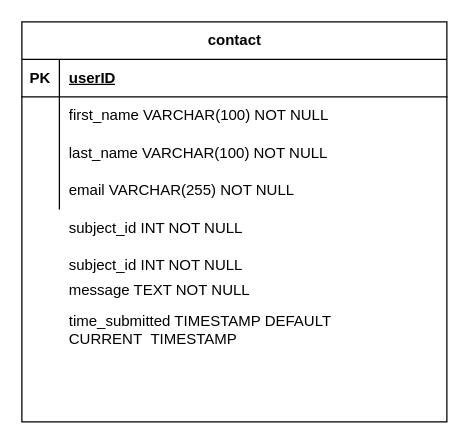
Daniel1000c/portfolioRepo keeps this draw.io diagram as drawio/form.drawio. Above is the earlier version. Source tidied: cells renumbered, new cells numbered last; positions are measured from the earlier drawing's top-left corner, leaving out a move shared by most shapes. Both pictures are drawn from the tidied source at 125%, with x=0, y=0 at pixel (21, 21).
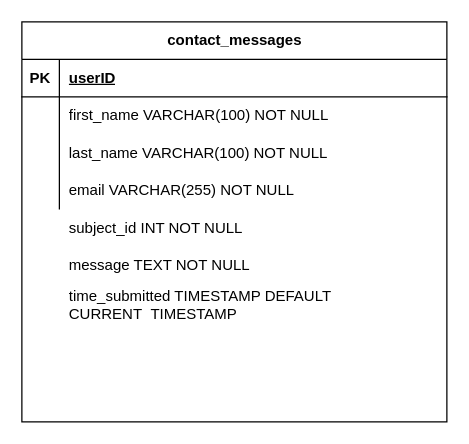
After the change.

Commit message:
reformat form drawio rough draft

What changed in the source:
```diff
@@
 <mxGraphModel>
   <root>
     <mxCell id="0" />
     <mxCell id="1" parent="0" />
-    <mxCell id="2" value="contact" style="shape=table;startSize=30;childLayout=tableLayout;rowLines=0;fontStyle=1;align=center;html=1;" parent="1" vertex="1">
+    <mxCell id="2" value="contact_messages" style="shape=table;startSize=30;childLayout=tableLayout;rowLines=0;fontStyle=1;align=center;html=1;" parent="1" vertex="1">
       <mxGeometry width="340" height="320" as="geometry" />
     </mxCell>
     <mxCell id="3" style="shape=tableRow;horizontal=0;startSize=0;swimlaneHead=0;swimlaneBody=0;fillColor=none;top=0;left=0;right=0;bottom=1;" parent="2" vertex="1">
       <mxGeometry y="30" width="340" height="30" as="geometry" />
     </mxCell>
     <mxCell id="4" value="PK" style="shape=partialRectangle;fillColor=none;top=0;left=0;bottom=0;right=0;fontStyle=1;overflow=hidden;whiteSpace=wrap;html=1;" parent="3" vertex="1">
       <mxGeometry width="30" height="30" as="geometry" />
     </mxCell>
     <mxCell id="5" value="userID" style="shape=partialRectangle;fillColor=none;top=0;left=0;bottom=0;right=0;align=left;spacingLeft=6;fontStyle=5;overflow=hidden;whiteSpace=wrap;html=1;" parent="3" vertex="1">
       <mxGeometry x="30" width="310" height="30" as="geometry" />
     </mxCell>
     <mxCell id="6" style="shape=tableRow;horizontal=0;startSize=0;swimlaneHead=0;swimlaneBody=0;fillColor=none;top=0;left=0;right=0;bottom=0;" parent="2" vertex="1">
       <mxGeometry y="60" width="340" height="30" as="geometry" />
     </mxCell>
     <mxCell id="7" style="shape=partialRectangle;fillColor=none;top=0;left=0;bottom=0;right=0;overflow=hidden;whiteSpace=wrap;html=1;" parent="6" vertex="1">
       <mxGeometry width="30" height="30" as="geometry" />
     </mxCell>
     <mxCell id="8" value="first_name VARCHAR(100) NOT NULL" style="shape=partialRectangle;fillColor=none;top=0;left=0;bottom=0;right=0;align=left;spacingLeft=6;overflow=hidden;whiteSpace=wrap;html=1;" parent="6" vertex="1">
       <mxGeometry x="30" width="310" height="30" as="geometry" />
     </mxCell>
     <mxCell id="9" style="shape=tableRow;horizontal=0;startSize=0;swimlaneHead=0;swimlaneBody=0;fillColor=none;top=0;left=0;right=0;bottom=0;" parent="2" vertex="1">
       <mxGeometry y="90" width="340" height="30" as="geometry" />
     </mxCell>
     <mxCell id="10" style="shape=partialRectangle;fillColor=none;top=0;left=0;bottom=0;right=0;overflow=hidden;whiteSpace=wrap;html=1;" parent="9" vertex="1">
       <mxGeometry width="30" height="30" as="geometry" />
     </mxCell>
     <mxCell id="11" value="last_name VARCHAR(100) NOT NULL" style="shape=partialRectangle;fillColor=none;top=0;left=0;bottom=0;right=0;align=left;spacingLeft=6;overflow=hidden;whiteSpace=wrap;html=1;" parent="9" vertex="1">
       <mxGeometry x="30" width="310" height="30" as="geometry" />
     </mxCell>
     <mxCell id="12" style="shape=tableRow;horizontal=0;startSize=0;swimlaneHead=0;swimlaneBody=0;fillColor=none;top=0;left=0;right=0;bottom=0;" parent="2" vertex="1">
       <mxGeometry y="120" width="340" height="30" as="geometry" />
     </mxCell>
     <mxCell id="13" style="shape=partialRectangle;fillColor=none;top=0;left=0;bottom=0;right=0;overflow=hidden;whiteSpace=wrap;html=1;" parent="12" vertex="1">
       <mxGeometry width="30" height="30" as="geometry" />
     </mxCell>
     <mxCell id="14" value="email VARCHAR(255) NOT NULL" style="shape=partialRectangle;fillColor=none;top=0;left=0;bottom=0;right=0;align=left;spacingLeft=6;overflow=hidden;whiteSpace=wrap;html=1;" parent="12" vertex="1">
       <mxGeometry x="30" width="310" height="30" as="geometry" />
     </mxCell>
     <mxCell id="15" value="subject_id INT NOT NULL" style="shape=partialRectangle;fillColor=none;top=0;left=0;bottom=0;right=0;align=left;spacingLeft=6;overflow=hidden;whiteSpace=wrap;html=1;" parent="1" vertex="1">
       <mxGeometry x="30" y="150" width="310" height="30" as="geometry" />
     </mxCell>
-    <mxCell id="16" value="subject_id INT NOT NULL" style="shape=partialRectangle;fillColor=none;top=0;left=0;bottom=0;right=0;align=left;spacingLeft=6;overflow=hidden;whiteSpace=wrap;html=1;" parent="1" vertex="1">
-      <mxGeometry x="30" y="180" width="310" height="30" as="geometry" />
-    </mxCell>
     <mxCell id="17" value="message TEXT NOT NULL" style="shape=partialRectangle;fillColor=none;top=0;left=0;bottom=0;right=0;align=left;spacingLeft=6;overflow=hidden;whiteSpace=wrap;html=1;" parent="1" vertex="1">
-      <mxGeometry x="30" y="200" width="310" height="30" as="geometry" />
+      <mxGeometry x="30" y="180" width="310" height="30" as="geometry" />
     </mxCell>
     <mxCell id="18" value="time_submitted TIMESTAMP DEFAULT CURRENT_TIMESTAMP" style="shape=partialRectangle;fillColor=none;top=0;left=0;bottom=0;right=0;align=left;spacingLeft=6;overflow=hidden;whiteSpace=wrap;html=1;" parent="1" vertex="1">
-      <mxGeometry x="30" y="230" width="310" height="30" as="geometry" />
+      <mxGeometry x="30" y="210" width="310" height="30" as="geometry" />
     </mxCell>
   </root>
 </mxGraphModel>
```
